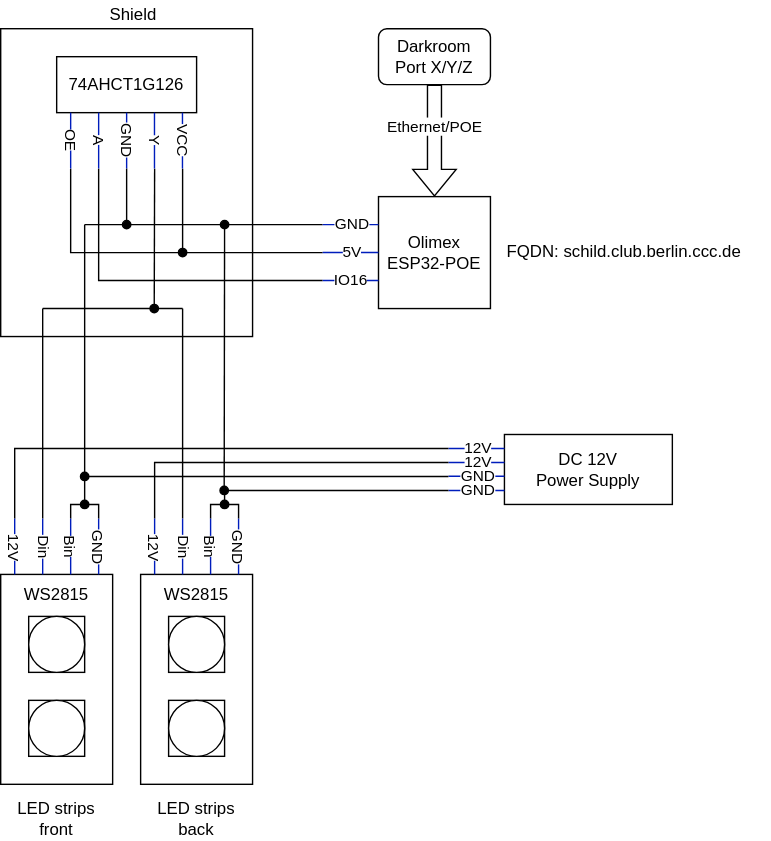
The draw.io diagram electronics.drawio.svg in cccb/cccb-schild, before a commit. Source tidied: cells renumbered, new cells last; positions are measured from the earlier drawing's top-left corner, leaving out a move shared by most shapes.
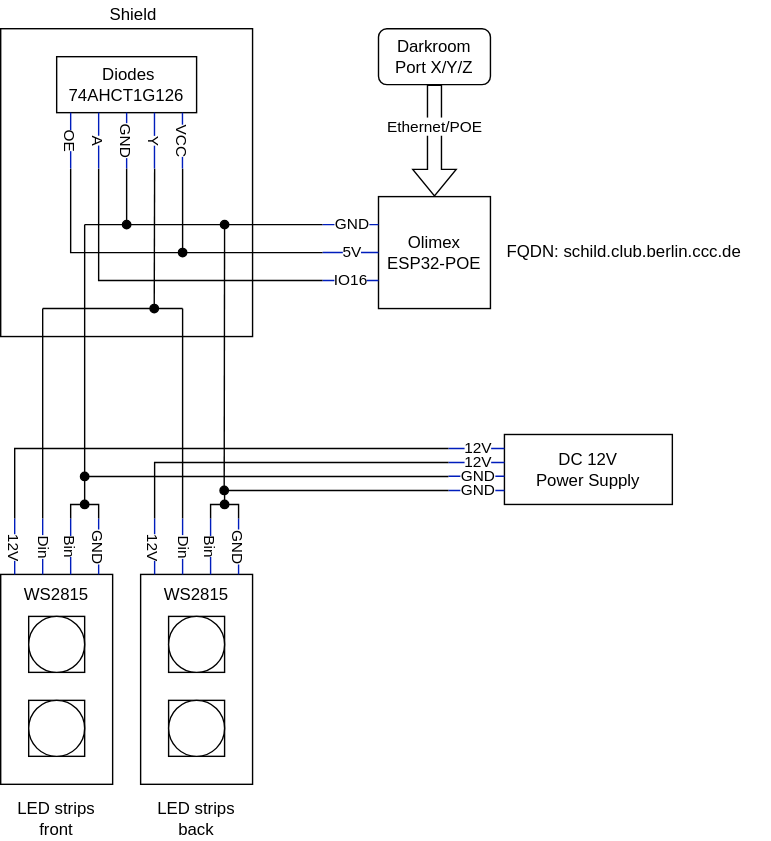
After the commit.

What changed in the source:
```diff
@@ -302,7 +302,7 @@
         <mxPoint x="130" y="220" as="targetPoint" />
       </mxGeometry>
     </mxCell>
-    <mxCell id="62" value="74AHCT1G126" style="rounded=0;whiteSpace=wrap;html=1;fillColor=default;" parent="1" vertex="1">
+    <mxCell id="62" value="&amp;nbsp;Diodes&lt;br&gt;74AHCT1G126" style="rounded=0;whiteSpace=wrap;html=1;fillColor=default;" parent="1" vertex="1">
       <mxGeometry x="40" y="40" width="100" height="40" as="geometry" />
     </mxCell>
     <mxCell id="63" style="endArrow=none;html=1;rounded=0;fillColor=#0050ef;strokeColor=#001DBC;" parent="1" edge="1">
```
